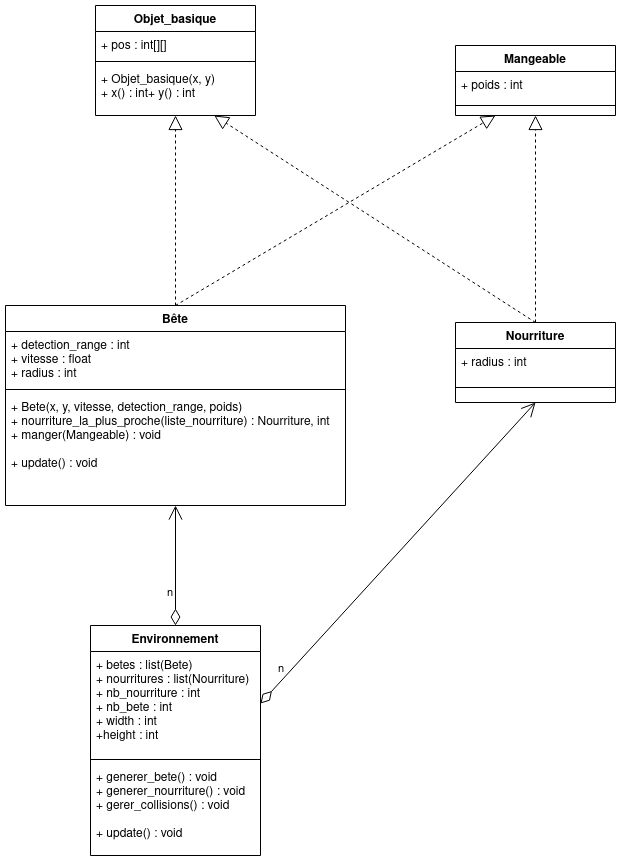
ThomasCampredon/agar.io_test_ia keeps this draw.io diagram as UML/agar.drawio.png. Above is the earlier version. Source tidied: cells renumbered, new cells last; positions are measured from the earlier drawing's top-left corner, leaving out a move shared by most shapes. Source of this version:
```xml
<mxGraphModel background="#ffffff">
  <root>
    <mxCell id="0" />
    <mxCell id="1" parent="0" />
    <mxCell id="2" value="Bête" style="swimlane;fontStyle=1;align=center;verticalAlign=top;horizontal=1;startSize=26;" parent="1" vertex="1">
      <mxGeometry y="300" width="340" height="200" as="geometry" />
    </mxCell>
    <mxCell id="3" value="+ detection_range : int&#10;+ vitesse : float&#10;+ radius : int&#10;&#10;" style="text;strokeColor=none;fillColor=none;align=left;verticalAlign=top;spacingLeft=4;spacingRight=4;overflow=hidden;" parent="2" vertex="1">
      <mxGeometry y="26" width="340" height="54" as="geometry" />
    </mxCell>
    <mxCell id="4" style="line;strokeWidth=1;fillColor=none;align=left;verticalAlign=middle;spacingTop=-1;spacingLeft=3;spacingRight=3;labelPosition=right;" parent="2" vertex="1">
      <mxGeometry y="80" width="340" height="8" as="geometry" />
    </mxCell>
    <mxCell id="5" value="+ Bete(x, y, vitesse, detection_range, poids)&#10;+ nourriture_la_plus_proche(liste_nourriture) : Nourriture, int&#10;+ manger(Mangeable) : void&#10;&#10;+ update() : void&#10;" style="text;strokeColor=none;fillColor=none;align=left;verticalAlign=top;spacingLeft=4;spacingRight=4;overflow=hidden;points=[[0,0.5],[1,0.5]];portConstraint=eastwest;" parent="2" vertex="1">
      <mxGeometry y="88" width="340" height="112" as="geometry" />
    </mxCell>
    <mxCell id="6" value="Objet_basique" style="swimlane;fontStyle=1;align=center;verticalAlign=top;horizontal=1;startSize=26;" parent="1" vertex="1">
      <mxGeometry x="90" width="160" height="110" as="geometry" />
    </mxCell>
    <mxCell id="7" value="+ pos : int[][]" style="text;strokeColor=none;fillColor=none;align=left;verticalAlign=top;spacingLeft=4;spacingRight=4;overflow=hidden;" parent="6" vertex="1">
      <mxGeometry y="26" width="160" height="26" as="geometry" />
    </mxCell>
    <mxCell id="8" style="line;strokeWidth=1;fillColor=none;align=left;verticalAlign=middle;spacingTop=-1;spacingLeft=3;spacingRight=3;labelPosition=right;" parent="6" vertex="1">
      <mxGeometry y="52" width="160" height="8" as="geometry" />
    </mxCell>
    <mxCell id="9" value="+ Objet_basique(x, y)&#10;+ x() : int+ y() : int&#10;" style="text;strokeColor=none;fillColor=none;align=left;verticalAlign=top;spacingLeft=4;spacingRight=4;overflow=hidden;points=[[0,0.5],[1,0.5]];portConstraint=eastwest;" parent="6" vertex="1">
      <mxGeometry y="60" width="160" height="50" as="geometry" />
    </mxCell>
    <mxCell id="10" style="endArrow=block;dashed=1;endFill=0;endSize=12;html=1;rounded=0;exitX=0.5;exitY=0;exitDx=0;exitDy=0;" parent="1" edge="1" source="2" target="9">
      <mxGeometry relative="1" as="geometry" />
    </mxCell>
    <mxCell id="11" value="Mangeable" style="swimlane;fontStyle=1;align=center;verticalAlign=top;horizontal=1;startSize=26;" parent="1" vertex="1">
      <mxGeometry x="450" y="40" width="160" height="70" as="geometry" />
    </mxCell>
    <mxCell id="12" value="+ poids : int" style="text;strokeColor=none;fillColor=none;align=left;verticalAlign=top;spacingLeft=4;spacingRight=4;overflow=hidden;" parent="11" vertex="1">
      <mxGeometry y="26" width="160" height="24" as="geometry" />
    </mxCell>
    <mxCell id="13" style="line;strokeWidth=1;fillColor=none;align=left;verticalAlign=middle;spacingTop=-1;spacingLeft=3;spacingRight=3;labelPosition=right;" parent="11" vertex="1">
      <mxGeometry y="50" width="160" height="20" as="geometry" />
    </mxCell>
    <mxCell id="14" value="Nourriture" style="swimlane;fontStyle=1;align=center;verticalAlign=top;horizontal=1;startSize=26;" parent="1" vertex="1">
      <mxGeometry x="450" y="317" width="160" height="80" as="geometry" />
    </mxCell>
    <mxCell id="15" value="+ radius : int" style="text;strokeColor=none;fillColor=none;align=left;verticalAlign=top;spacingLeft=4;spacingRight=4;overflow=hidden;" parent="14" vertex="1">
      <mxGeometry y="26" width="160" height="24" as="geometry" />
    </mxCell>
    <mxCell id="16" style="line;strokeWidth=1;fillColor=none;align=left;verticalAlign=middle;spacingTop=-1;spacingLeft=3;spacingRight=3;labelPosition=right;" parent="14" vertex="1">
      <mxGeometry y="50" width="160" height="30" as="geometry" />
    </mxCell>
    <mxCell id="17" style="endArrow=block;dashed=1;endFill=0;endSize=12;html=1;rounded=0;exitX=0.5;exitY=0;exitDx=0;exitDy=0;" parent="1" edge="1" source="14" target="9">
      <mxGeometry relative="1" as="geometry" />
    </mxCell>
    <mxCell id="18" style="endArrow=block;dashed=1;endFill=0;endSize=12;html=1;rounded=0;entryX=0.5;entryY=1;entryDx=0;entryDy=0;exitX=0.5;exitY=0;exitDx=0;exitDy=0;" parent="1" edge="1" source="14" target="11">
      <mxGeometry relative="1" as="geometry" />
    </mxCell>
    <mxCell id="19" style="endArrow=block;dashed=1;endFill=0;endSize=12;html=1;rounded=0;entryX=0.25;entryY=1;entryDx=0;entryDy=0;exitX=0.5;exitY=0;exitDx=0;exitDy=0;" parent="1" edge="1" source="2" target="11">
      <mxGeometry relative="1" as="geometry" />
    </mxCell>
    <mxCell id="20" value="Environnement" style="swimlane;fontStyle=1;align=center;verticalAlign=top;horizontal=1;startSize=26;" parent="1" vertex="1">
      <mxGeometry x="85" y="620" width="170" height="230" as="geometry" />
    </mxCell>
    <mxCell id="21" value="+ betes : list(Bete)&#10;+ nourritures : list(Nourriture)&#10;+ nb_nourriture : int&#10;+ nb_bete : int&#10;+ width : int&#10;+height : int&#10;" style="text;strokeColor=none;fillColor=none;align=left;verticalAlign=top;spacingLeft=4;spacingRight=4;overflow=hidden;points=[[0,0.5],[1,0.5]];portConstraint=eastwest;" parent="20" vertex="1">
      <mxGeometry y="26" width="170" height="104" as="geometry" />
    </mxCell>
    <mxCell id="22" style="line;strokeWidth=1;fillColor=none;align=left;verticalAlign=middle;spacingTop=-1;spacingLeft=3;spacingRight=3;labelPosition=right;" parent="20" vertex="1">
      <mxGeometry y="130" width="170" height="8" as="geometry" />
    </mxCell>
    <mxCell id="23" value="+ generer_bete() : void&#10;+ generer_nourriture() : void&#10;+ gerer_collisions() : void&#10;&#10;+ update() : void&#10;" style="text;strokeColor=none;fillColor=none;align=left;verticalAlign=top;spacingLeft=4;spacingRight=4;overflow=hidden;" parent="20" vertex="1">
      <mxGeometry y="138" width="170" height="92" as="geometry" />
    </mxCell>
    <mxCell id="24" value="n" style="endArrow=open;html=1;endSize=12;startArrow=diamondThin;startSize=14;startFill=0;align=left;verticalAlign=bottom;rounded=0;exitX=0.5;exitY=0;exitDx=0;exitDy=0;entryX=0.5;entryY=1;entryDx=0;entryDy=0;" parent="1" edge="1" source="20" target="2">
      <mxGeometry x="-0.62" y="10" relative="1" as="geometry" />
    </mxCell>
    <mxCell id="25" value="n" style="endArrow=open;html=1;endSize=12;startArrow=diamondThin;startSize=14;startFill=0;align=left;verticalAlign=bottom;rounded=0;exitX=1;exitY=0.5;exitDx=0;exitDy=0;entryX=0.5;entryY=1;entryDx=0;entryDy=0;" parent="1" edge="1" source="21" target="14">
      <mxGeometry x="-0.86" y="5" relative="1" as="geometry" />
    </mxCell>
  </root>
</mxGraphModel>
```
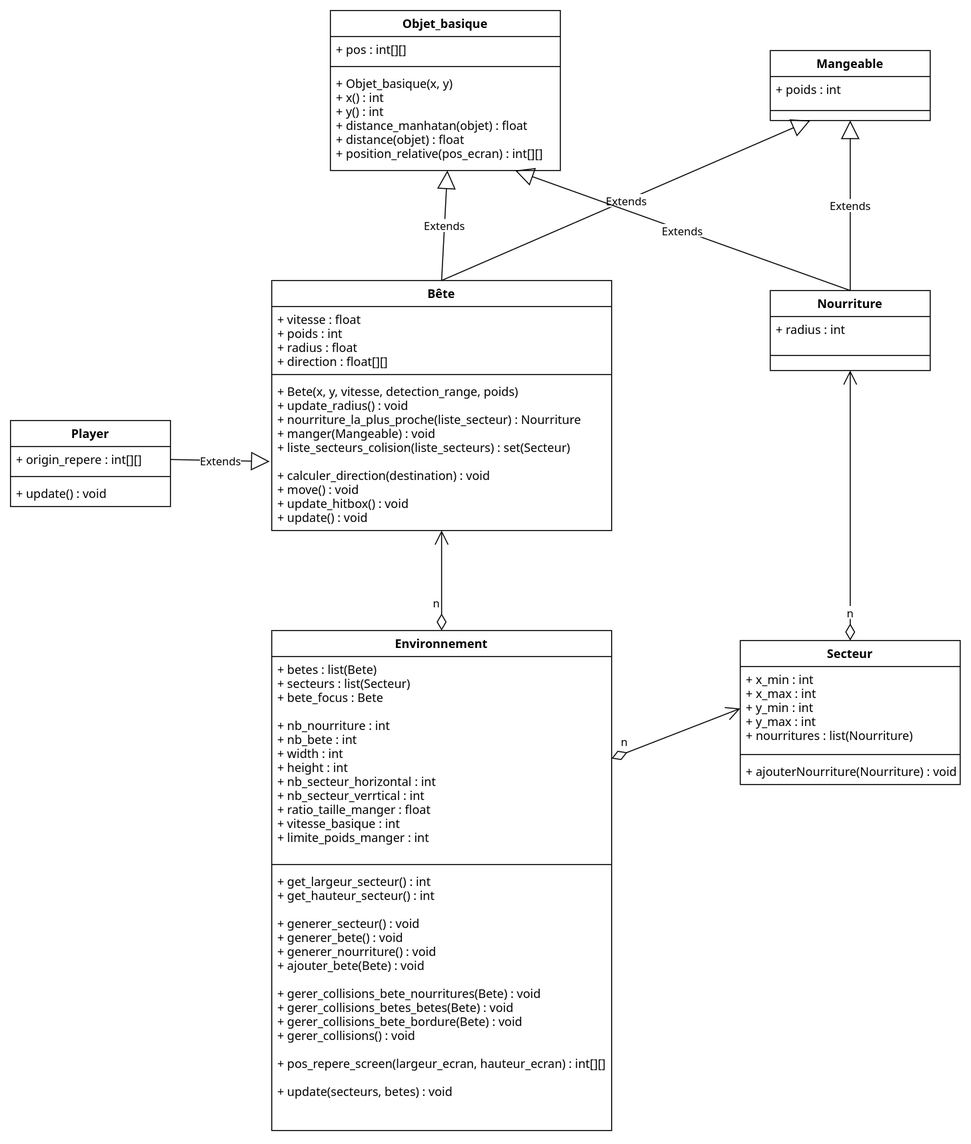
The same diagram one commit later.

Commit message:
commentaires dans Player et détails des retours des fonctions dans les autres classes

Diff of the diagram source:
```diff
@@ -3,32 +3,29 @@
     <mxCell id="0" />
     <mxCell id="1" parent="0" />
     <mxCell id="2" value="Bête" style="swimlane;fontStyle=1;align=center;verticalAlign=top;horizontal=1;startSize=26;" parent="1" vertex="1">
-      <mxGeometry y="300" width="340" height="200" as="geometry" />
+      <mxGeometry x="-48.8" y="270" width="340" height="250" as="geometry" />
     </mxCell>
-    <mxCell id="3" value="+ detection_range : int&#10;+ vitesse : float&#10;+ radius : int&#10;&#10;" style="text;strokeColor=none;fillColor=none;align=left;verticalAlign=top;spacingLeft=4;spacingRight=4;overflow=hidden;" parent="2" vertex="1">
-      <mxGeometry y="26" width="340" height="54" as="geometry" />
+    <mxCell id="3" value="+ vitesse : float&#10;+ poids : int&#10;+ radius : float&#10;+ direction : float[][]&#10;&#10;" style="text;strokeColor=none;fillColor=none;align=left;verticalAlign=top;spacingLeft=4;spacingRight=4;overflow=hidden;" parent="2" vertex="1">
+      <mxGeometry y="26" width="340" height="64" as="geometry" />
     </mxCell>
     <mxCell id="4" style="line;strokeWidth=1;fillColor=none;align=left;verticalAlign=middle;spacingTop=-1;spacingLeft=3;spacingRight=3;labelPosition=right;" parent="2" vertex="1">
-      <mxGeometry y="80" width="340" height="8" as="geometry" />
+      <mxGeometry y="90" width="340" height="8" as="geometry" />
     </mxCell>
-    <mxCell id="5" value="+ Bete(x, y, vitesse, detection_range, poids)&#10;+ nourriture_la_plus_proche(liste_nourriture) : Nourriture, int&#10;+ manger(Mangeable) : void&#10;&#10;+ update() : void&#10;" style="text;strokeColor=none;fillColor=none;align=left;verticalAlign=top;spacingLeft=4;spacingRight=4;overflow=hidden;points=[[0,0.5],[1,0.5]];portConstraint=eastwest;" parent="2" vertex="1">
-      <mxGeometry y="88" width="340" height="112" as="geometry" />
+    <mxCell id="5" value="+ Bete(x, y, vitesse, detection_range, poids)&#10;+ update_radius() : void&#10;+ nourriture_la_plus_proche(liste_secteur) : Nourriture&#10;+ manger(Mangeable) : void&#10;+ liste_secteurs_colision(liste_secteurs) : set(Secteur)&#10;&#10;+ calculer_direction(destination) : void&#10;+ move() : void&#10;+ update_hitbox() : void&#10;+ update() : void&#10;" style="text;strokeColor=none;fillColor=none;align=left;verticalAlign=top;spacingLeft=4;spacingRight=4;overflow=hidden;points=[[0,0.5],[1,0.5]];portConstraint=eastwest;" parent="2" vertex="1">
+      <mxGeometry y="98" width="340" height="152" as="geometry" />
     </mxCell>
     <mxCell id="6" value="Objet_basique" style="swimlane;fontStyle=1;align=center;verticalAlign=top;horizontal=1;startSize=26;" parent="1" vertex="1">
-      <mxGeometry x="90" width="160" height="110" as="geometry" />
+      <mxGeometry x="10" width="230" height="160" as="geometry" />
     </mxCell>
     <mxCell id="7" value="+ pos : int[][]" style="text;strokeColor=none;fillColor=none;align=left;verticalAlign=top;spacingLeft=4;spacingRight=4;overflow=hidden;" parent="6" vertex="1">
-      <mxGeometry y="26" width="160" height="26" as="geometry" />
+      <mxGeometry y="26" width="230" height="26" as="geometry" />
     </mxCell>
     <mxCell id="8" style="line;strokeWidth=1;fillColor=none;align=left;verticalAlign=middle;spacingTop=-1;spacingLeft=3;spacingRight=3;labelPosition=right;" parent="6" vertex="1">
-      <mxGeometry y="52" width="160" height="8" as="geometry" />
+      <mxGeometry y="52" width="230" height="8" as="geometry" />
     </mxCell>
-    <mxCell id="9" value="+ Objet_basique(x, y)&#10;+ x() : int+ y() : int&#10;" style="text;strokeColor=none;fillColor=none;align=left;verticalAlign=top;spacingLeft=4;spacingRight=4;overflow=hidden;points=[[0,0.5],[1,0.5]];portConstraint=eastwest;" parent="6" vertex="1">
-      <mxGeometry y="60" width="160" height="50" as="geometry" />
+    <mxCell id="9" value="+ Objet_basique(x, y)&#10;+ x() : int&#10;+ y() : int&#10;+ distance_manhatan(objet) : float&#10;+ distance(objet) : float&#10;+ position_relative(pos_ecran) : int[][]" style="text;strokeColor=none;fillColor=none;align=left;verticalAlign=top;spacingLeft=4;spacingRight=4;overflow=hidden;points=[[0,0.5],[1,0.5]];portConstraint=eastwest;" parent="6" vertex="1">
+      <mxGeometry y="60" width="230" height="100" as="geometry" />
     </mxCell>
-    <mxCell id="10" style="endArrow=block;dashed=1;endFill=0;endSize=12;html=1;rounded=0;exitX=0.5;exitY=0;exitDx=0;exitDy=0;" parent="1" edge="1" source="2" target="9">
-      <mxGeometry relative="1" as="geometry" />
-    </mxCell>
     <mxCell id="11" value="Mangeable" style="swimlane;fontStyle=1;align=center;verticalAlign=top;horizontal=1;startSize=26;" parent="1" vertex="1">
       <mxGeometry x="450" y="40" width="160" height="70" as="geometry" />
     </mxCell>
@@ -39,7 +36,7 @@
       <mxGeometry y="50" width="160" height="20" as="geometry" />
     </mxCell>
     <mxCell id="14" value="Nourriture" style="swimlane;fontStyle=1;align=center;verticalAlign=top;horizontal=1;startSize=26;" parent="1" vertex="1">
-      <mxGeometry x="450" y="317" width="160" height="80" as="geometry" />
+      <mxGeometry x="450" y="280" width="160" height="80" as="geometry" />
     </mxCell>
     <mxCell id="15" value="+ radius : int" style="text;strokeColor=none;fillColor=none;align=left;verticalAlign=top;spacingLeft=4;spacingRight=4;overflow=hidden;" parent="14" vertex="1">
       <mxGeometry y="26" width="160" height="24" as="geometry" />
@@ -47,32 +44,65 @@
     <mxCell id="16" style="line;strokeWidth=1;fillColor=none;align=left;verticalAlign=middle;spacingTop=-1;spacingLeft=3;spacingRight=3;labelPosition=right;" parent="14" vertex="1">
       <mxGeometry y="50" width="160" height="30" as="geometry" />
     </mxCell>
-    <mxCell id="17" style="endArrow=block;dashed=1;endFill=0;endSize=12;html=1;rounded=0;exitX=0.5;exitY=0;exitDx=0;exitDy=0;" parent="1" edge="1" source="14" target="9">
-      <mxGeometry relative="1" as="geometry" />
-    </mxCell>
-    <mxCell id="18" style="endArrow=block;dashed=1;endFill=0;endSize=12;html=1;rounded=0;entryX=0.5;entryY=1;entryDx=0;entryDy=0;exitX=0.5;exitY=0;exitDx=0;exitDy=0;" parent="1" edge="1" source="14" target="11">
-      <mxGeometry relative="1" as="geometry" />
-    </mxCell>
-    <mxCell id="19" style="endArrow=block;dashed=1;endFill=0;endSize=12;html=1;rounded=0;entryX=0.25;entryY=1;entryDx=0;entryDy=0;exitX=0.5;exitY=0;exitDx=0;exitDy=0;" parent="1" edge="1" source="2" target="11">
-      <mxGeometry relative="1" as="geometry" />
-    </mxCell>
     <mxCell id="20" value="Environnement" style="swimlane;fontStyle=1;align=center;verticalAlign=top;horizontal=1;startSize=26;" parent="1" vertex="1">
-      <mxGeometry x="85" y="620" width="170" height="230" as="geometry" />
+      <mxGeometry x="-48.8" y="620" width="340" height="500" as="geometry" />
     </mxCell>
-    <mxCell id="21" value="+ betes : list(Bete)&#10;+ nourritures : list(Nourriture)&#10;+ nb_nourriture : int&#10;+ nb_bete : int&#10;+ width : int&#10;+height : int&#10;" style="text;strokeColor=none;fillColor=none;align=left;verticalAlign=top;spacingLeft=4;spacingRight=4;overflow=hidden;points=[[0,0.5],[1,0.5]];portConstraint=eastwest;" parent="20" vertex="1">
-      <mxGeometry y="26" width="170" height="104" as="geometry" />
+    <mxCell id="21" value="+ betes : list(Bete)&#10;+ secteurs : list(Secteur)&#10;+ bete_focus : Bete&#10;&#10;+ nb_nourriture : int&#10;+ nb_bete : int&#10;+ width : int&#10;+ height : int&#10;+ nb_secteur_horizontal : int&#10;+ nb_secteur_verrtical : int&#10;+ ratio_taille_manger : float&#10;+ vitesse_basique : int&#10;+ limite_poids_manger : int" style="text;strokeColor=none;fillColor=none;align=left;verticalAlign=top;spacingLeft=4;spacingRight=4;overflow=hidden;points=[[0,0.5],[1,0.5]];portConstraint=eastwest;" parent="20" vertex="1">
+      <mxGeometry y="26" width="340" height="204" as="geometry" />
     </mxCell>
     <mxCell id="22" style="line;strokeWidth=1;fillColor=none;align=left;verticalAlign=middle;spacingTop=-1;spacingLeft=3;spacingRight=3;labelPosition=right;" parent="20" vertex="1">
-      <mxGeometry y="130" width="170" height="8" as="geometry" />
+      <mxGeometry y="230" width="340" height="8" as="geometry" />
     </mxCell>
-    <mxCell id="23" value="+ generer_bete() : void&#10;+ generer_nourriture() : void&#10;+ gerer_collisions() : void&#10;&#10;+ update() : void&#10;" style="text;strokeColor=none;fillColor=none;align=left;verticalAlign=top;spacingLeft=4;spacingRight=4;overflow=hidden;" parent="20" vertex="1">
-      <mxGeometry y="138" width="170" height="92" as="geometry" />
+    <mxCell id="23" value="+ get_largeur_secteur() : int&#10;+ get_hauteur_secteur() : int&#10;&#10;+ generer_secteur() : void&#10;+ generer_bete() : void&#10;+ generer_nourriture() : void&#10;+ ajouter_bete(Bete) : void&#10;&#10;+ gerer_collisions_bete_nourritures(Bete) : void&#10;+ gerer_collisions_betes_betes(Bete) : void&#10;+ gerer_collisions_bete_bordure(Bete) : void&#10;+ gerer_collisions() : void&#10;&#10;+ pos_repere_screen(largeur_ecran, hauteur_ecran) : int[][]&#10;&#10;+ update(secteurs, betes) : void&#10;" style="text;strokeColor=none;fillColor=none;align=left;verticalAlign=top;spacingLeft=4;spacingRight=4;overflow=hidden;" parent="20" vertex="1">
+      <mxGeometry y="238" width="340" height="262" as="geometry" />
     </mxCell>
     <mxCell id="24" value="n" style="endArrow=open;html=1;endSize=12;startArrow=diamondThin;startSize=14;startFill=0;align=left;verticalAlign=bottom;rounded=0;exitX=0.5;exitY=0;exitDx=0;exitDy=0;entryX=0.5;entryY=1;entryDx=0;entryDy=0;" parent="1" edge="1" source="20" target="2">
       <mxGeometry x="-0.62" y="10" relative="1" as="geometry" />
     </mxCell>
-    <mxCell id="25" value="n" style="endArrow=open;html=1;endSize=12;startArrow=diamondThin;startSize=14;startFill=0;align=left;verticalAlign=bottom;rounded=0;exitX=1;exitY=0.5;exitDx=0;exitDy=0;entryX=0.5;entryY=1;entryDx=0;entryDy=0;" parent="1" edge="1" source="21" target="14">
+    <mxCell id="25" value="n" style="endArrow=open;html=1;endSize=12;startArrow=diamondThin;startSize=14;startFill=0;align=left;verticalAlign=bottom;rounded=0;exitX=1;exitY=0.5;exitDx=0;exitDy=0;entryX=0;entryY=0.5;entryDx=0;entryDy=0;" parent="1" edge="1" source="21" target="27">
       <mxGeometry x="-0.86" y="5" relative="1" as="geometry" />
     </mxCell>
+    <mxCell id="26" value="Secteur" style="swimlane;fontStyle=1;align=center;verticalAlign=top;horizontal=1;startSize=26;" parent="1" vertex="1">
+      <mxGeometry x="420" y="630" width="220" height="144" as="geometry" />
+    </mxCell>
+    <mxCell id="27" value="+ x_min : int&#10;+ x_max : int&#10;+ y_min : int&#10;+ y_max : int&#10;+ nourritures : list(Nourriture)" style="text;strokeColor=none;fillColor=none;align=left;verticalAlign=top;spacingLeft=4;spacingRight=4;overflow=hidden;points=[[0,0.5],[1,0.5]];portConstraint=eastwest;" parent="26" vertex="1">
+      <mxGeometry y="26" width="220" height="84" as="geometry" />
+    </mxCell>
+    <mxCell id="28" style="line;strokeWidth=1;fillColor=none;align=left;verticalAlign=middle;spacingTop=-1;spacingLeft=3;spacingRight=3;labelPosition=right;" parent="26" vertex="1">
+      <mxGeometry y="110" width="220" height="8" as="geometry" />
+    </mxCell>
+    <mxCell id="29" value="+ ajouterNourriture(Nourriture) : void" style="text;strokeColor=none;fillColor=none;align=left;verticalAlign=top;spacingLeft=4;spacingRight=4;overflow=hidden;" parent="26" vertex="1">
+      <mxGeometry y="118" width="220" height="26" as="geometry" />
+    </mxCell>
+    <mxCell id="30" value="n" style="endArrow=open;html=1;endSize=12;startArrow=diamondThin;startSize=14;startFill=0;align=left;verticalAlign=bottom;rounded=0;exitX=0.5;exitY=0;exitDx=0;exitDy=0;entryX=0.5;entryY=1;entryDx=0;entryDy=0;" parent="1" edge="1" source="26" target="14">
+      <mxGeometry x="-0.86" y="5" relative="1" as="geometry" />
+    </mxCell>
+    <mxCell id="31" value="Player" style="swimlane;fontStyle=1;align=center;verticalAlign=top;horizontal=1;startSize=26;" parent="1" vertex="1">
+      <mxGeometry x="-310" y="410" width="160" height="86" as="geometry" />
+    </mxCell>
+    <mxCell id="32" value="+ origin_repere : int[][]" style="text;strokeColor=none;fillColor=none;align=left;verticalAlign=top;spacingLeft=4;spacingRight=4;overflow=hidden;points=[[0,0.5],[1,0.5]];portConstraint=eastwest;" parent="31" vertex="1">
+      <mxGeometry y="26" width="160" height="26" as="geometry" />
+    </mxCell>
+    <mxCell id="33" style="line;strokeWidth=1;fillColor=none;align=left;verticalAlign=middle;spacingTop=-1;spacingLeft=3;spacingRight=3;labelPosition=right;" parent="31" vertex="1">
+      <mxGeometry y="52" width="160" height="8" as="geometry" />
+    </mxCell>
+    <mxCell id="34" value="+ update() : void" style="text;strokeColor=none;fillColor=none;align=left;verticalAlign=top;spacingLeft=4;spacingRight=4;overflow=hidden;" parent="31" vertex="1">
+      <mxGeometry y="60" width="160" height="26" as="geometry" />
+    </mxCell>
+    <mxCell id="35" value="Extends" style="endArrow=block;endSize=16;endFill=0;html=1;rounded=0;exitX=1;exitY=0.5;exitDx=0;exitDy=0;entryX=-0.006;entryY=0.546;entryDx=0;entryDy=0;entryPerimeter=0;" parent="1" edge="1" source="32" target="5">
+      <mxGeometry relative="1" as="geometry" />
+    </mxCell>
+    <mxCell id="10" value="Extends" style="endArrow=block;endSize=16;endFill=0;html=1;rounded=0;entryX=0.509;entryY=1;entryDx=0;entryDy=0;entryPerimeter=0;exitX=0.5;exitY=0;exitDx=0;exitDy=0;" parent="1" edge="1" source="2" target="9">
+      <mxGeometry relative="1" as="geometry" />
+    </mxCell>
+    <mxCell id="18" value="Extends" style="endArrow=block;endSize=16;endFill=0;html=1;rounded=0;entryX=0.5;entryY=1;entryDx=0;entryDy=0;exitX=0.5;exitY=0;exitDx=0;exitDy=0;" parent="1" edge="1" source="14" target="11">
+      <mxGeometry relative="1" as="geometry" />
+    </mxCell>
+    <mxCell id="19" value="Extends" style="endArrow=block;endSize=16;endFill=0;html=1;rounded=0;entryX=0.25;entryY=1;entryDx=0;entryDy=0;exitX=0.5;exitY=0;exitDx=0;exitDy=0;" parent="1" edge="1" source="2" target="11">
+      <mxGeometry relative="1" as="geometry" />
+    </mxCell>
+    <mxCell id="17" value="Extends" style="endArrow=block;endSize=16;endFill=0;html=1;rounded=0;entryX=0.804;entryY=1;entryDx=0;entryDy=0;entryPerimeter=0;exitX=0.5;exitY=0;exitDx=0;exitDy=0;" parent="1" edge="1" source="14" target="9">
+      <mxGeometry relative="1" as="geometry" />
+    </mxCell>
   </root>
 </mxGraphModel>
```
